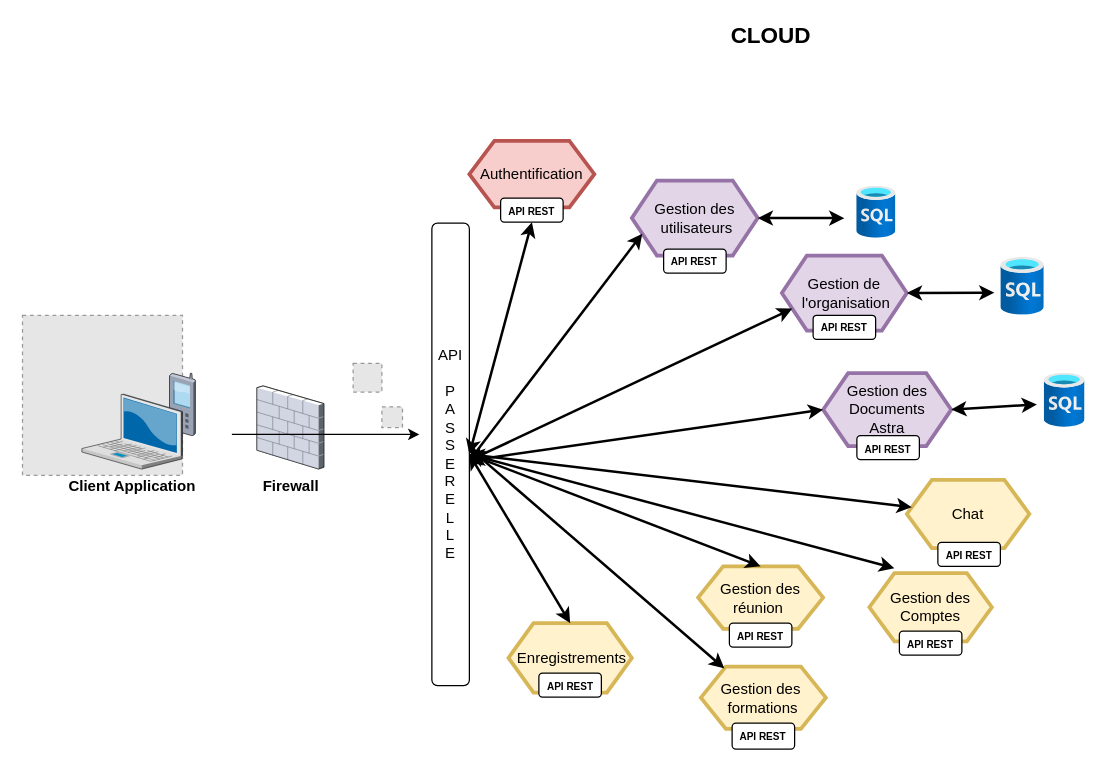
This is page "AchitectureGlobale_Astra" (4 of 8) of AstraComponentDiagr.drawio from Lamessolo/ProjetLeadTech, a draw.io file, before an edit. Source tidied: cells renumbered, new cells numbered last; positions are measured from the earlier drawing's top-left corner, leaving out a move shared by most shapes. Both pictures are drawn from the tidied source at 125%, with x=0, y=0 at pixel (21, 22). Pictures stored in the file or linked from it are replaced by grey dashed boxes.
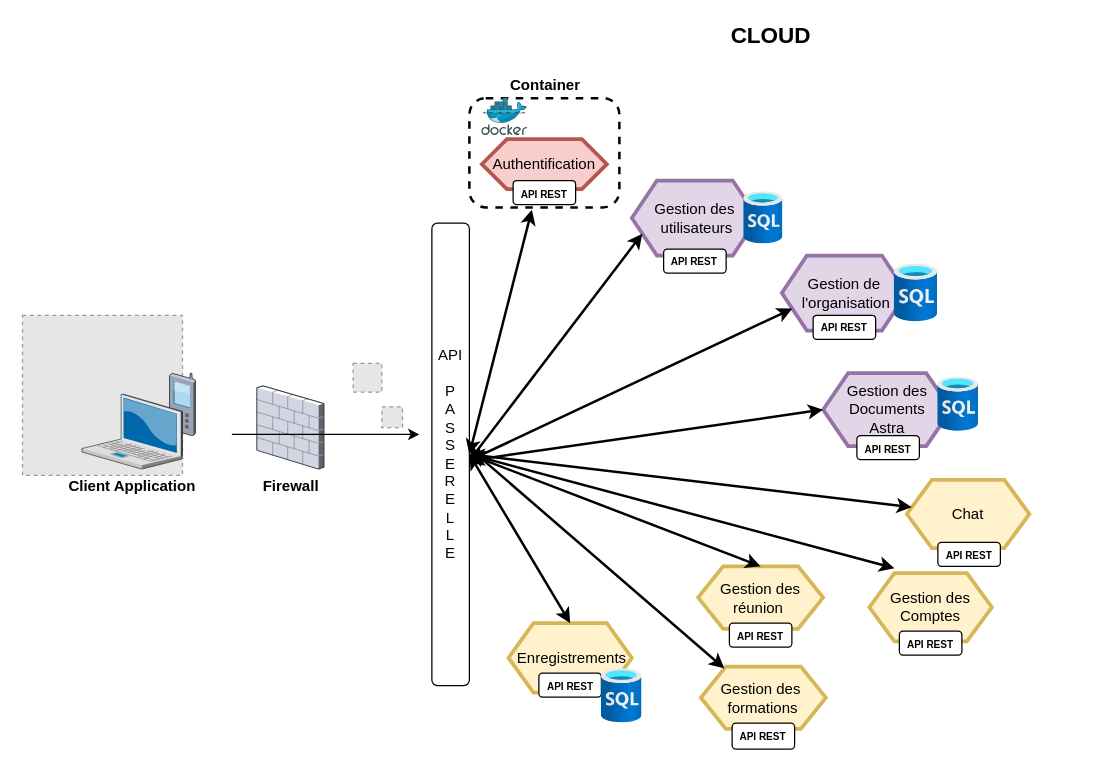
The same page after the edit.

The change refers to these unchanged cells:
```xml
<mxCell id="5" value="API&lt;br&gt;&amp;nbsp;&lt;br&gt;P&lt;br&gt;A&lt;br&gt;S&lt;br&gt;S&lt;br&gt;E&lt;br&gt;R&lt;br&gt;E&lt;br&gt;L&lt;br&gt;L&lt;br&gt;E" style="rounded=1;whiteSpace=wrap;html=1;strokeWidth=1;" parent="1" vertex="1">
  <mxGeometry x="328" y="160" width="30" height="370" as="geometry" />
</mxCell>
<mxCell id="10" value="Gestion des Documents&lt;br&gt;Astra" style="shape=hexagon;perimeter=hexagonPerimeter2;whiteSpace=wrap;html=1;fixedSize=1;fillColor=#e1d5e7;strokeColor=#9673a6;strokeWidth=3;" parent="1" vertex="1">
  <mxGeometry x="641" y="280" width="102.5" height="58.4" as="geometry" />
</mxCell>
<mxCell id="16" value="Gestion des&lt;br&gt;&amp;nbsp;utilisateurs" style="shape=hexagon;perimeter=hexagonPerimeter2;whiteSpace=wrap;html=1;fixedSize=1;fillColor=#e1d5e7;strokeColor=#9673a6;strokeWidth=3;" parent="1" vertex="1">
  <mxGeometry x="488" y="125.9" width="100.7" height="60" as="geometry" />
</mxCell>
<mxCell id="18" value="Gestion de&lt;br&gt;&amp;nbsp;l'organisation" style="shape=hexagon;perimeter=hexagonPerimeter2;whiteSpace=wrap;html=1;fixedSize=1;fillColor=#e1d5e7;strokeColor=#9673a6;strokeWidth=3;" parent="1" vertex="1">
  <mxGeometry x="608" y="185.9" width="100" height="60" as="geometry" />
</mxCell>
```

Diff of the diagram source:
```diff
@@
     <mxCell id="11" style="html=1;align=center;image;fontSize=12;image=img/lib/azure2/databases/SQL_Database.svg;strokeWidth=3;" parent="1" vertex="1">
-      <mxGeometry x="818" y="280" width="32.6" height="43.5" as="geometry" />
+      <mxGeometry x="732.8" y="283.2" width="32.6" height="43.5" as="geometry" />
     </mxCell>
@@
-    <mxCell id="15" value="Authentification" style="shape=hexagon;perimeter=hexagonPerimeter2;whiteSpace=wrap;html=1;fixedSize=1;fillColor=#f8cecc;strokeColor=#b85450;strokeWidth=3;" parent="1" vertex="1">
-      <mxGeometry x="358" y="94.2" width="100" height="53.2" as="geometry" />
-    </mxCell>
@@
     <mxCell id="17" style="html=1;align=center;image;fontSize=12;image=img/lib/azure2/databases/SQL_Database.svg;strokeWidth=3;" parent="1" vertex="1">
-      <mxGeometry x="668" y="130.5" width="31.3" height="41.7" as="geometry" />
+      <mxGeometry x="577.6" y="135" width="31.3" height="41.7" as="geometry" />
     </mxCell>
@@
     <mxCell id="19" style="html=1;points=[];align=center;image;fontSize=12;image=img/lib/azure2/databases/SQL_Database.svg;strokeWidth=3;" parent="1" vertex="1">
-      <mxGeometry x="783.3" y="187.5" width="34.7" height="46.3" as="geometry" />
+      <mxGeometry x="698" y="192.8" width="34.7" height="46.3" as="geometry" />
     </mxCell>
@@
-    <mxCell id="21" style="endArrow=classic;startArrow=classic;html=1;strokeWidth=2;exitX=1;exitY=0.5;exitDx=0;exitDy=0;" parent="1" edge="1" source="16">
-      <mxGeometry relative="1" as="geometry">
-        <mxPoint x="658" y="156" as="targetPoint" />
-      </mxGeometry>
-    </mxCell>
-    <mxCell id="22" style="endArrow=classic;startArrow=classic;html=1;strokeWidth=2;exitX=1;exitY=0.5;exitDx=0;exitDy=0;entryX=-0.152;entryY=0.609;entryDx=0;entryDy=0;entryPerimeter=0;" parent="1" edge="1" source="18" target="19">
-      <mxGeometry relative="1" as="geometry" />
-    </mxCell>
-    <mxCell id="23" style="endArrow=classic;startArrow=classic;html=1;strokeWidth=2;exitX=1;exitY=0.5;exitDx=0;exitDy=0;" parent="1" edge="1" source="10">
-      <mxGeometry relative="1" as="geometry">
-        <mxPoint x="812" y="305" as="targetPoint" />
-      </mxGeometry>
-    </mxCell>
-    <mxCell id="24" style="endArrow=classic;startArrow=classic;html=1;strokeWidth=2;exitX=1;exitY=0.5;exitDx=0;exitDy=0;entryX=0.5;entryY=1;entryDx=0;entryDy=0;" parent="1" edge="1" source="5" target="25">
-      <mxGeometry relative="1" as="geometry" />
+    <mxCell id="24" style="endArrow=classic;startArrow=classic;html=1;strokeWidth=2;exitX=1;exitY=0.5;exitDx=0;exitDy=0;entryX=0.5;entryY=1;entryDx=0;entryDy=0;" parent="1" edge="1" source="5">
+      <mxGeometry relative="1" as="geometry">
+        <mxPoint x="408" y="149.2" as="targetPoint" />
+      </mxGeometry>
     </mxCell>
-    <mxCell id="25" value="&lt;font style=&quot;font-size: 8px&quot;&gt;&lt;b&gt;API REST&lt;/b&gt;&lt;/font&gt;" style="rounded=1;whiteSpace=wrap;html=1;" parent="1" vertex="1">
-      <mxGeometry x="383" y="140" width="50" height="19.2" as="geometry" />
-    </mxCell>
@@
+    <mxCell id="44" style="html=1;align=center;image;fontSize=12;image=img/lib/azure2/databases/SQL_Database.svg;strokeWidth=3;" parent="1" vertex="1">
+      <mxGeometry x="463.6" y="516.5" width="32.6" height="43.5" as="geometry" />
+    </mxCell>
+    <mxCell id="45" style="rounded=1;whiteSpace=wrap;html=1;dashed=1;strokeWidth=2;" parent="1" vertex="1">
+      <mxGeometry x="358" y="60" width="120" height="87.4" as="geometry" />
+    </mxCell>
+    <mxCell id="15" value="Authentification" style="shape=hexagon;perimeter=hexagonPerimeter2;whiteSpace=wrap;html=1;fixedSize=1;fillColor=#f8cecc;strokeColor=#b85450;strokeWidth=3;" parent="1" vertex="1">
+      <mxGeometry x="368" y="92.8" width="100" height="40" as="geometry" />
+    </mxCell>
+    <mxCell id="46" style="html=1;align=center;image;fontSize=12;image=img/lib/mscae/Docker.svg;" parent="1" vertex="1">
+      <mxGeometry x="368" y="60" width="36.6" height="30" as="geometry" />
+    </mxCell>
+    <mxCell id="25" value="&lt;font style=&quot;font-size: 8px&quot;&gt;&lt;b&gt;API REST&lt;/b&gt;&lt;/font&gt;" style="rounded=1;whiteSpace=wrap;html=1;" parent="1" vertex="1">
+      <mxGeometry x="393" y="125.9" width="50" height="19.2" as="geometry" />
+    </mxCell>
+    <mxCell id="47" value="&lt;b&gt;Container&lt;/b&gt;" style="text;html=1;strokeColor=none;fillColor=none;align=center;verticalAlign=middle;whiteSpace=wrap;rounded=0;dashed=1;" parent="1" vertex="1">
+      <mxGeometry x="378.5" y="40" width="80" height="20" as="geometry" />
+    </mxCell>
```
